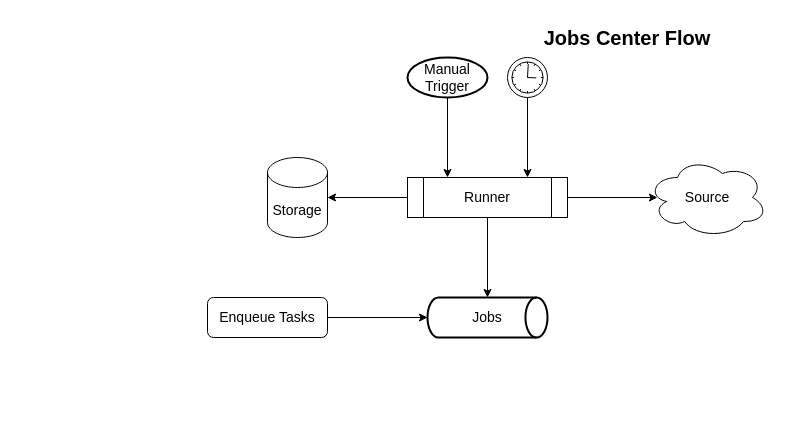
Earlier version of the draw.io diagram page "Job Center" (5 of 5) of docs/buffetd.drawio (Buffetd/buffetd). Source tidied: cells renumbered, new cells numbered last; positions are measured from the earlier drawing's top-left corner, leaving out a move shared by most shapes. Both pictures are drawn from the tidied source at 100%, with x=0, y=0 at pixel (207, 17).
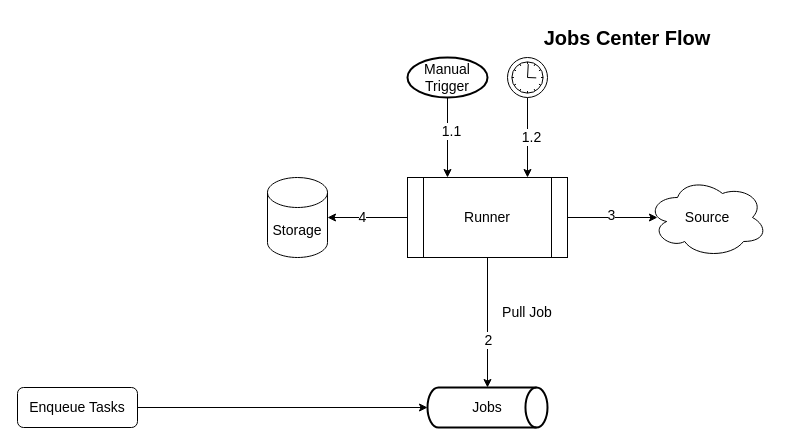
Above is the later version.

The change refers to these unchanged cells:
```xml
<mxCell id="4" style="edgeStyle=none;html=1;exitX=0.5;exitY=1;exitDx=0;exitDy=0;exitPerimeter=0;entryX=0.75;entryY=0;entryDx=0;entryDy=0;fontSize=14;" parent="1" edge="1" source="5" target="7">
  <mxGeometry relative="1" as="geometry" />
</mxCell>
<mxCell id="6" style="edgeStyle=none;html=1;exitX=0;exitY=0.5;exitDx=0;exitDy=0;fontSize=14;entryX=1;entryY=0.5;entryDx=0;entryDy=0;entryPerimeter=0;" parent="1" edge="1" source="7" target="13">
  <mxGeometry relative="1" as="geometry" />
</mxCell>
<mxCell id="9" style="edgeStyle=none;html=1;exitX=0.5;exitY=1;exitDx=0;exitDy=0;entryX=0.5;entryY=0;entryDx=0;entryDy=0;entryPerimeter=0;fontSize=14;" parent="1" edge="1" source="7" target="3">
  <mxGeometry relative="1" as="geometry" />
</mxCell>
<mxCell id="10" style="edgeStyle=none;html=1;exitX=1;exitY=0.5;exitDx=0;exitDy=0;entryX=0.083;entryY=0.5;entryDx=0;entryDy=0;entryPerimeter=0;fontSize=14;" parent="1" edge="1" source="7" target="8">
  <mxGeometry relative="1" as="geometry" />
</mxCell>
<mxCell id="14" style="edgeStyle=none;html=1;exitX=0.5;exitY=1;exitDx=0;exitDy=0;exitPerimeter=0;entryX=0.25;entryY=0;entryDx=0;entryDy=0;fontSize=14;" parent="1" edge="1" source="15" target="7">
  <mxGeometry relative="1" as="geometry" />
</mxCell>
```

The edit, as a diff of the source:
```diff
@@
     <mxCell id="3" value="Jobs" style="strokeWidth=2;html=1;shape=mxgraph.flowchart.direct_data;whiteSpace=wrap;fontFamily=Helvetica;fontSize=14;fontColor=default;labelBackgroundColor=default;" parent="1" vertex="1">
-      <mxGeometry x="220" y="280" width="120" height="40" as="geometry" />
+      <mxGeometry x="220" y="370" width="120" height="40" as="geometry" />
     </mxCell>
@@
+    <mxCell id="16" value="1.2" style="edgeLabel;html=1;align=center;verticalAlign=middle;fontSize=14;" parent="4" vertex="1">
+      <mxGeometry x="-0.03" y="3" relative="1" as="geometry" />
+    </mxCell>
@@
+    <mxCell id="17" value="4" style="edgeLabel;html=1;align=center;verticalAlign=middle;fontSize=14;" parent="6" vertex="1">
+      <mxGeometry x="0.15" y="-1" relative="1" as="geometry" />
+    </mxCell>
     <mxCell id="7" value="Runner" style="shape=process;whiteSpace=wrap;html=1;backgroundOutline=1;fontSize=14;" parent="1" vertex="1">
-      <mxGeometry x="200" y="160" width="160" height="40" as="geometry" />
+      <mxGeometry x="200" y="160" width="160" height="80" as="geometry" />
     </mxCell>
     <mxCell id="8" value="Source" style="ellipse;shape=cloud;whiteSpace=wrap;html=1;fontSize=14;" parent="1" vertex="1">
-      <mxGeometry x="440" y="140" width="120" height="80" as="geometry" />
+      <mxGeometry x="440" y="160" width="120" height="80" as="geometry" />
     </mxCell>
@@
+    <mxCell id="18" value="2" style="edgeLabel;html=1;align=center;verticalAlign=middle;fontSize=14;" parent="9" vertex="1">
+      <mxGeometry x="0.26" relative="1" as="geometry" />
+    </mxCell>
@@
+    <mxCell id="19" value="3" style="edgeLabel;html=1;align=center;verticalAlign=middle;fontSize=14;" parent="10" vertex="1">
+      <mxGeometry x="-0.04" y="3" relative="1" as="geometry" />
+    </mxCell>
     <mxCell id="11" value="Enqueue Tasks" style="rounded=1;whiteSpace=wrap;html=1;fontSize=14;" parent="1" vertex="1">
-      <mxGeometry y="280" width="120" height="40" as="geometry" />
+      <mxGeometry x="-190" y="370" width="120" height="40" as="geometry" />
     </mxCell>
@@
     <mxCell id="13" value="Storage" style="shape=cylinder3;whiteSpace=wrap;html=1;boundedLbl=1;backgroundOutline=1;size=15;fontSize=14;" parent="1" vertex="1">
-      <mxGeometry x="60" y="140" width="60" height="80" as="geometry" />
+      <mxGeometry x="60" y="160" width="60" height="80" as="geometry" />
     </mxCell>
@@
+    <mxCell id="20" value="1.1" style="edgeLabel;html=1;align=center;verticalAlign=middle;fontSize=14;" parent="14" vertex="1">
+      <mxGeometry x="-0.17" y="3" relative="1" as="geometry" />
+    </mxCell>
@@
+    <mxCell id="21" value="Pull Job" style="text;html=1;whiteSpace=wrap;strokeColor=none;fillColor=none;align=center;verticalAlign=middle;rounded=0;fontSize=14;" parent="1" vertex="1">
+      <mxGeometry x="290" y="280" width="60" height="30" as="geometry" />
+    </mxCell>
```
